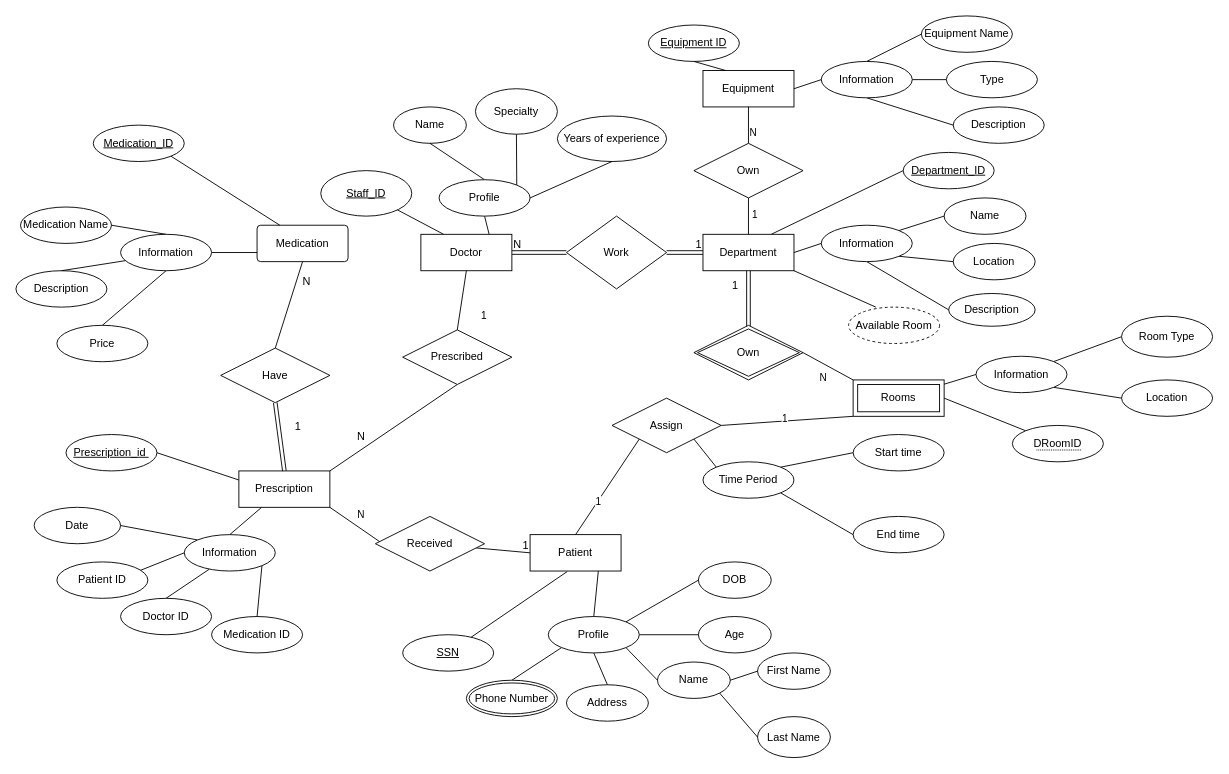
The draw.io diagram Untitled Diagram.drawio in yun-2000/yun-2000, before the edit. Source tidied: cells renumbered, new cells numbered last; positions are measured from the earlier drawing's top-left corner, leaving out a move shared by most shapes. Both pictures are drawn from the tidied source at 91%, with x=0, y=0 at pixel (15, 15).
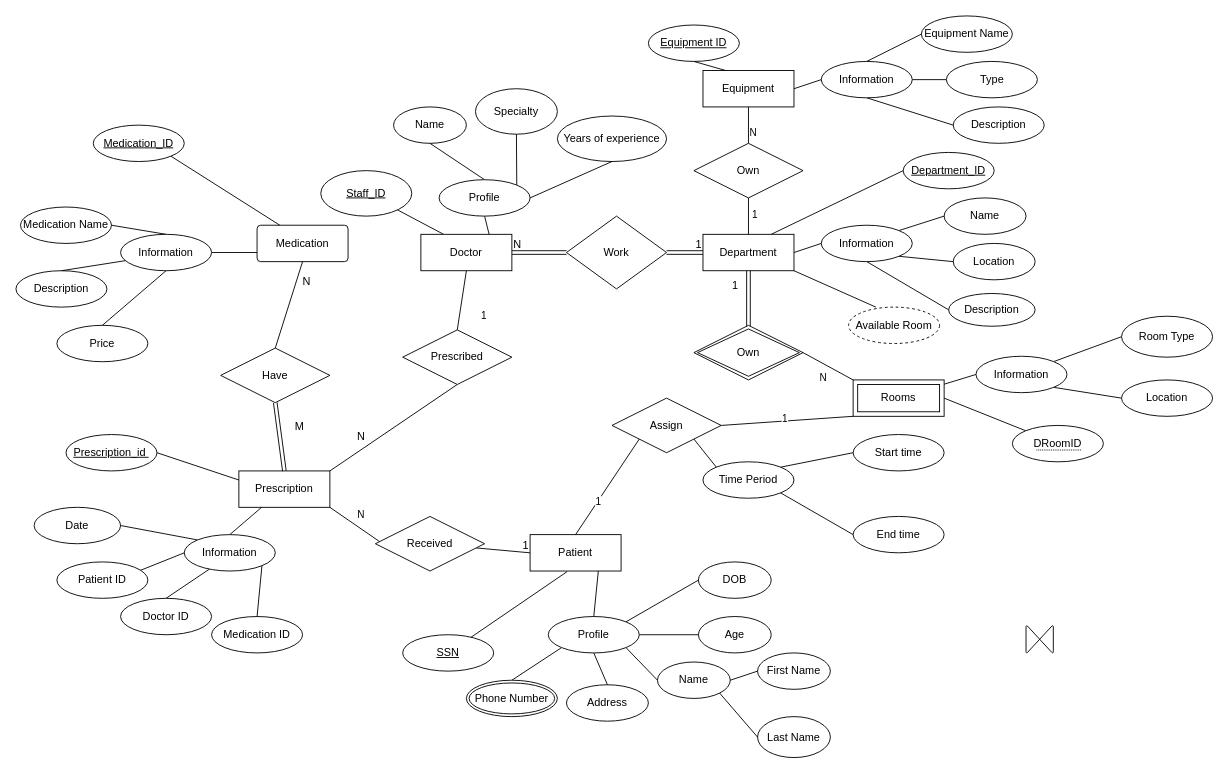
Above is the later version.

Unchanged cells that the change refers to:
```xml
<mxCell id="66" style="shape=link;html=1;rounded=0;entryX=0.5;entryY=1;entryDx=0;entryDy=0;exitX=0.5;exitY=0;exitDx=0;exitDy=0;" parent="1" edge="1" source="41" target="68">
  <mxGeometry relative="1" as="geometry" />
</mxCell>
```

Diff of the diagram source:
```diff
@@
-    <mxCell id="67" value="1" style="html=1;whiteSpace=wrap;align=left;verticalAlign=bottom;" parent="66" vertex="1">
+    <mxCell id="67" value="M" style="html=1;whiteSpace=wrap;align=left;verticalAlign=bottom;" parent="66" vertex="1">
       <mxGeometry x="-1" relative="1" as="geometry">
         <mxPoint x="10" y="-40" as="offset" />
       </mxGeometry>
     </mxCell>
@@
+    <mxCell id="132" style="verticalLabelPosition=bottom;verticalAlign=top;html=1;shape=mxgraph.flowchart.collate;rotation=-90;" parent="1" vertex="1">
+      <mxGeometry x="1110" y="670" width="30" height="30" as="geometry" />
+    </mxCell>
```
